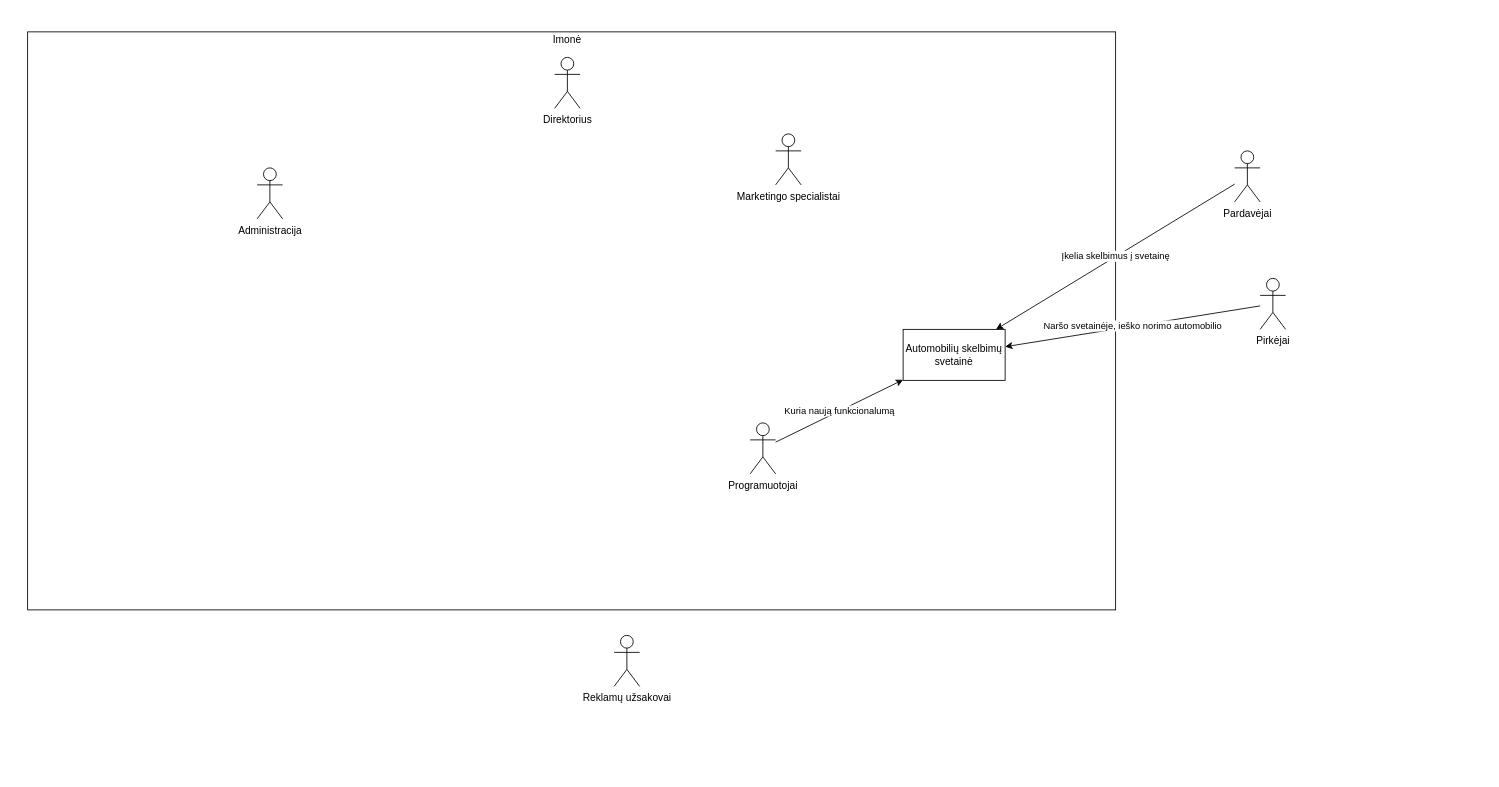
Before: Vaizdusis_paveikslelis.drawio in LuckyRads/Car-Marketplace-KP, a draw.io diagram. Source tidied: cells renumbered, new cells numbered last; positions are measured from the earlier drawing's top-left corner, leaving out a move shared by most shapes. Both pictures are drawn from the tidied source at 85%, with x=0, y=0 at pixel (27, 31).
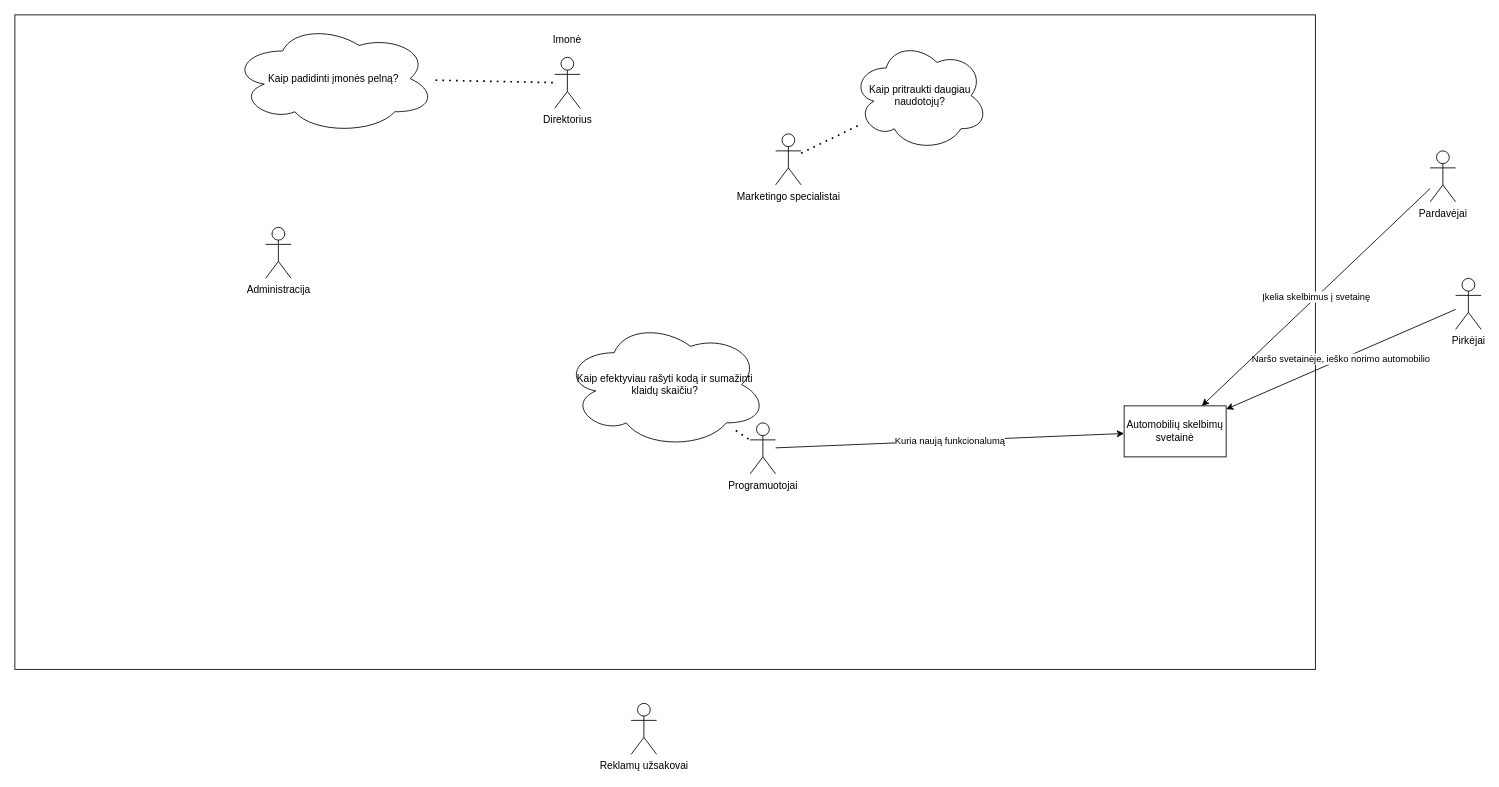
The same page after the edit.

The change refers to these unchanged cells:
```xml
<mxCell id="4" value="&lt;div&gt;Direktorius&lt;/div&gt;" style="shape=umlActor;verticalLabelPosition=bottom;verticalAlign=top;html=1;outlineConnect=0;" parent="1" vertex="1">
  <mxGeometry x="620" y="30" width="30" height="60" as="geometry" />
</mxCell>
<mxCell id="5" value="&lt;div&gt;Programuotojai&lt;/div&gt;" style="shape=umlActor;verticalLabelPosition=bottom;verticalAlign=top;html=1;outlineConnect=0;" parent="1" vertex="1">
  <mxGeometry x="850" y="460" width="30" height="60" as="geometry" />
</mxCell>
<mxCell id="8" value="Marketingo specialistai" style="shape=umlActor;verticalLabelPosition=bottom;verticalAlign=top;html=1;outlineConnect=0;" parent="1" vertex="1">
  <mxGeometry x="880" y="120" width="30" height="60" as="geometry" />
</mxCell>
```

Change to the diagram source:
```diff
@@
     <mxCell id="2" style="rounded=0;whiteSpace=wrap;html=1;" parent="1" vertex="1">
-      <mxGeometry width="1280" height="680" as="geometry" />
+      <mxGeometry x="-15" y="-20" width="1530" height="770" as="geometry" />
     </mxCell>
@@
     <mxCell id="6" value="Automobilių skelbimų svetainė" style="rounded=0;whiteSpace=wrap;html=1;" parent="1" vertex="1">
-      <mxGeometry x="1030" y="350" width="120" height="60" as="geometry" />
+      <mxGeometry x="1290" y="440" width="120" height="60" as="geometry" />
     </mxCell>
@@
     <mxCell id="9" value="Pardavėjai" style="shape=umlActor;verticalLabelPosition=bottom;verticalAlign=top;html=1;outlineConnect=0;" parent="1" vertex="1">
-      <mxGeometry x="1420" y="140" width="30" height="60" as="geometry" />
+      <mxGeometry x="1650" y="140" width="30" height="60" as="geometry" />
     </mxCell>
     <mxCell id="10" value="Pirkėjai" style="shape=umlActor;verticalLabelPosition=bottom;verticalAlign=top;html=1;outlineConnect=0;" parent="1" vertex="1">
-      <mxGeometry x="1450" y="290" width="30" height="60" as="geometry" />
+      <mxGeometry x="1680" y="290" width="30" height="60" as="geometry" />
     </mxCell>
     <mxCell id="11" value="Reklamų užsakovai" style="shape=umlActor;verticalLabelPosition=bottom;verticalAlign=top;html=1;" parent="1" vertex="1">
-      <mxGeometry x="690" y="710" width="30" height="60" as="geometry" />
+      <mxGeometry x="710" y="790" width="30" height="60" as="geometry" />
     </mxCell>
     <mxCell id="12" value="Administracija" style="shape=umlActor;verticalLabelPosition=bottom;verticalAlign=top;html=1;" parent="1" vertex="1">
-      <mxGeometry x="270" y="160" width="30" height="60" as="geometry" />
+      <mxGeometry x="280" y="230" width="30" height="60" as="geometry" />
     </mxCell>
@@
+    <mxCell id="15" value="Kaip efektyviau rašyti kodą ir sumažinti klaidų skaičiu?" style="ellipse;shape=cloud;whiteSpace=wrap;html=1;" parent="1" vertex="1">
+      <mxGeometry x="630" y="340" width="240" height="150" as="geometry" />
+    </mxCell>
+    <mxCell id="16" style="endArrow=none;dashed=1;html=1;dashPattern=1 3;strokeWidth=2;" parent="1" edge="1" source="15" target="5">
+      <mxGeometry relative="1" as="geometry" />
+    </mxCell>
+    <mxCell id="17" value="Kaip pritraukti daugiau naudotojų?" style="ellipse;shape=cloud;whiteSpace=wrap;html=1;" parent="1" vertex="1">
+      <mxGeometry x="970" y="10" width="160" height="130" as="geometry" />
+    </mxCell>
+    <mxCell id="18" style="endArrow=none;dashed=1;html=1;dashPattern=1 3;strokeWidth=2;" parent="1" edge="1" source="8" target="17">
+      <mxGeometry relative="1" as="geometry" />
+    </mxCell>
+    <mxCell id="19" value="Kaip padidinti įmonės pelną?" style="ellipse;shape=cloud;whiteSpace=wrap;html=1;" parent="1" vertex="1">
+      <mxGeometry x="240" y="-10" width="240" height="130" as="geometry" />
+    </mxCell>
+    <mxCell id="20" style="endArrow=none;dashed=1;html=1;dashPattern=1 3;strokeWidth=2;" parent="1" edge="1" source="19" target="4">
+      <mxGeometry relative="1" as="geometry" />
+    </mxCell>
```
